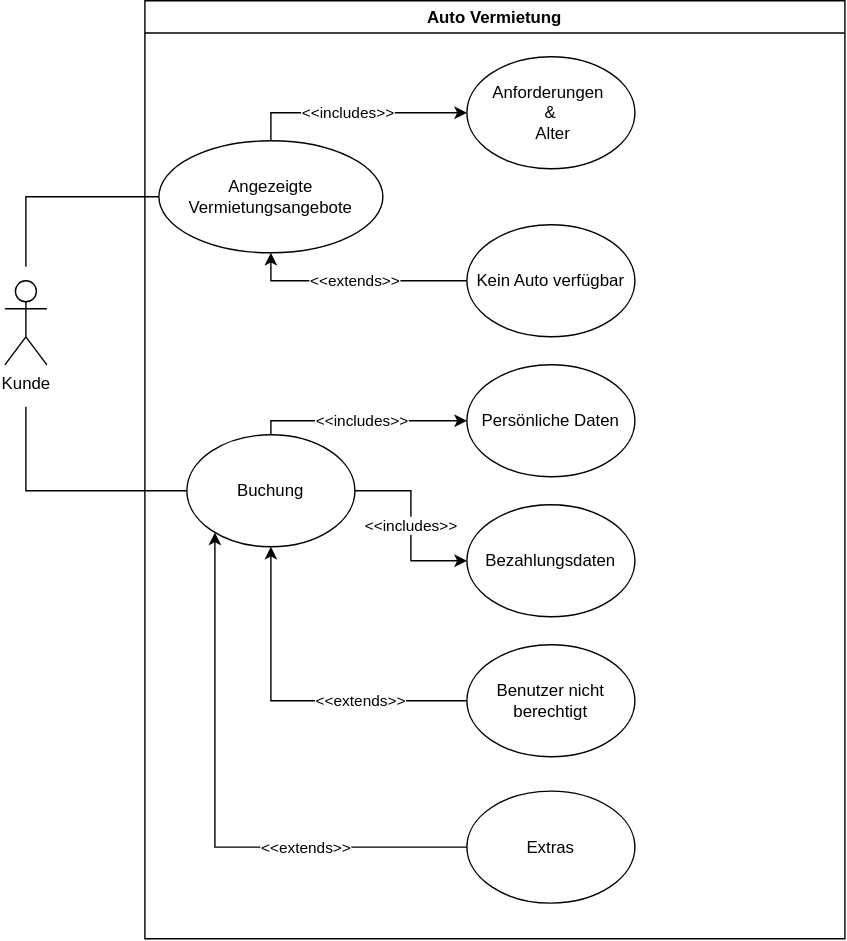
Before: sw-eng-01.drawio.svg, a diagram exported from draw.io (MassimiIiano/software-eng-projects-uni). Source tidied: cells renumbered, new cells last; positions are measured from the earlier drawing's top-left corner, leaving out a move shared by most shapes.
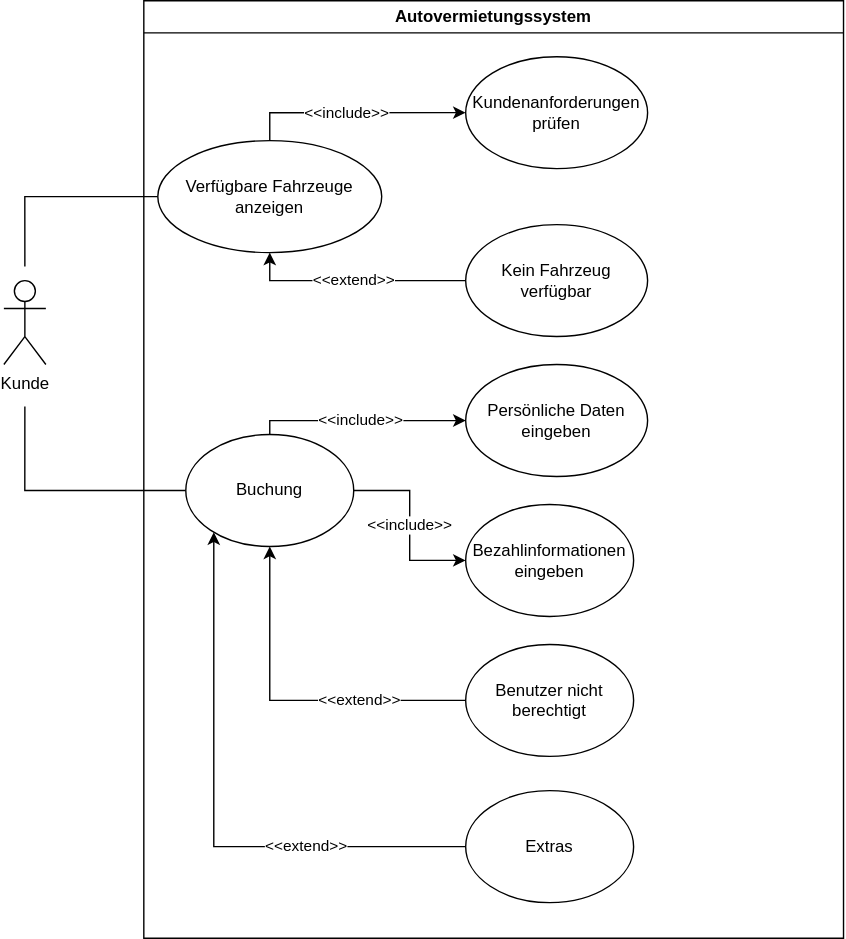
Above is the later version.

Commit message:
Checked Aufgabe 1

What changed in the source:
```diff
@@ -21,13 +21,13 @@
     <mxCell id="4" value="Kunde" style="shape=umlActor;verticalLabelPosition=bottom;verticalAlign=top;html=1;" parent="1" vertex="1">
       <mxGeometry y="200" width="30" height="60" as="geometry" />
     </mxCell>
-    <mxCell id="5" value="Auto Vermietung" style="swimlane;whiteSpace=wrap;html=1;" parent="1" vertex="1">
+    <mxCell id="5" value="Autovermietungssystem" style="swimlane;whiteSpace=wrap;html=1;" parent="1" vertex="1">
       <mxGeometry x="100" width="500" height="670" as="geometry" />
     </mxCell>
-    <mxCell id="6" value="Bezahlungsdaten" style="ellipse;whiteSpace=wrap;html=1;" parent="5" vertex="1">
+    <mxCell id="6" value="Bezahlinformationen eingeben" style="ellipse;whiteSpace=wrap;html=1;" parent="5" vertex="1">
       <mxGeometry x="230" y="360" width="120" height="80" as="geometry" />
     </mxCell>
-    <mxCell id="7" value="&amp;lt;&amp;lt;includes&amp;gt;&amp;gt;" style="edgeStyle=orthogonalEdgeStyle;rounded=0;orthogonalLoop=1;jettySize=auto;html=1;endArrow=classic;endFill=1;entryX=0;entryY=0.5;entryDx=0;entryDy=0;startArrow=none;startFill=0;" parent="5" edge="1">
+    <mxCell id="7" value="&amp;lt;&amp;lt;include&amp;gt;&amp;gt;" style="edgeStyle=orthogonalEdgeStyle;rounded=0;orthogonalLoop=1;jettySize=auto;html=1;endArrow=classic;endFill=1;entryX=0;entryY=0.5;entryDx=0;entryDy=0;startArrow=none;startFill=0;" parent="5" edge="1">
       <mxGeometry relative="1" as="geometry">
         <mxPoint x="90" y="110" as="sourcePoint" />
         <mxPoint x="230" y="80" as="targetPoint" />
@@ -36,27 +36,27 @@
         </Array>
       </mxGeometry>
     </mxCell>
-    <mxCell id="8" value="&lt;p&gt;&lt;span class=&quot;--l --r sentence_highlight&quot;&gt;&lt;span class=&quot;--l --r&quot;&gt;Angezeigte Vermietungsangebote&lt;/span&gt;&lt;span class=&quot;--l --r&quot;&gt;&lt;br&gt;&lt;/span&gt;&lt;/span&gt;&lt;/p&gt;" style="ellipse;whiteSpace=wrap;html=1;" parent="5" vertex="1">
+    <mxCell id="8" value="&lt;p&gt;&lt;span class=&quot;--l --r sentence_highlight&quot;&gt;&lt;span class=&quot;--l --r&quot;&gt;Verfügbare Fahrzeuge anzeigen&lt;/span&gt;&lt;span class=&quot;--l --r&quot;&gt;&lt;br&gt;&lt;/span&gt;&lt;/span&gt;&lt;/p&gt;" style="ellipse;whiteSpace=wrap;html=1;" parent="5" vertex="1">
       <mxGeometry x="10" y="100" width="160" height="80" as="geometry" />
     </mxCell>
-    <mxCell id="9" value="&amp;lt;&amp;lt;includes&amp;gt;&amp;gt;" style="edgeStyle=orthogonalEdgeStyle;rounded=0;jettySize=auto;html=1;endArrow=classic;endFill=1;startArrow=none;startFill=0;" parent="5" edge="1" source="13" target="6">
+    <mxCell id="9" value="&amp;lt;&amp;lt;include&amp;gt;&amp;gt;" style="edgeStyle=orthogonalEdgeStyle;rounded=0;jettySize=auto;html=1;endArrow=classic;endFill=1;startArrow=none;startFill=0;" parent="5" edge="1" source="13" target="6">
       <mxGeometry relative="1" as="geometry" />
     </mxCell>
-    <mxCell id="10" value="&amp;lt;&amp;lt;includes&amp;gt;&amp;gt;" style="edgeStyle=orthogonalEdgeStyle;rounded=0;jettySize=auto;html=1;endArrow=classic;endFill=1;startArrow=none;startFill=0;" parent="5" edge="1" source="13" target="14">
+    <mxCell id="10" value="&amp;lt;&amp;lt;include&amp;gt;&amp;gt;" style="edgeStyle=orthogonalEdgeStyle;rounded=0;jettySize=auto;html=1;endArrow=classic;endFill=1;startArrow=none;startFill=0;" parent="5" edge="1" source="13" target="14">
       <mxGeometry relative="1" as="geometry">
         <Array as="points">
           <mxPoint x="90" y="300" />
         </Array>
       </mxGeometry>
     </mxCell>
-    <mxCell id="11" value="&amp;lt;&amp;lt;extends&amp;gt;&amp;gt;" style="edgeStyle=orthogonalEdgeStyle;rounded=0;jettySize=auto;html=1;entryX=0;entryY=0.5;entryDx=0;entryDy=0;startArrow=classic;startFill=1;endArrow=none;endFill=0;" parent="5" edge="1" source="13" target="18">
+    <mxCell id="11" value="&amp;lt;&amp;lt;extend&amp;gt;&amp;gt;" style="edgeStyle=orthogonalEdgeStyle;rounded=0;jettySize=auto;html=1;entryX=0;entryY=0.5;entryDx=0;entryDy=0;startArrow=classic;startFill=1;endArrow=none;endFill=0;" parent="5" edge="1" source="13" target="18">
       <mxGeometry x="0.39" relative="1" as="geometry">
         <Array as="points">
           <mxPoint x="90" y="500" />
         </Array>
       </mxGeometry>
     </mxCell>
-    <mxCell id="12" value="&amp;lt;&amp;lt;extends&amp;gt;&amp;gt;" style="edgeStyle=orthogonalEdgeStyle;rounded=0;jettySize=auto;html=1;entryX=0;entryY=0.5;entryDx=0;entryDy=0;endArrow=none;endFill=0;startArrow=classic;startFill=1;" parent="5" edge="1" source="13" target="19">
+    <mxCell id="12" value="&amp;lt;&amp;lt;extend&amp;gt;&amp;gt;" style="edgeStyle=orthogonalEdgeStyle;rounded=0;jettySize=auto;html=1;entryX=0;entryY=0.5;entryDx=0;entryDy=0;endArrow=none;endFill=0;startArrow=classic;startFill=1;" parent="5" edge="1" source="13" target="19">
       <mxGeometry x="0.43" relative="1" as="geometry">
         <Array as="points">
           <mxPoint x="50" y="605" />
@@ -66,16 +66,16 @@
     <mxCell id="13" value="Buchung" style="ellipse;whiteSpace=wrap;html=1;" parent="5" vertex="1">
       <mxGeometry x="30" y="310" width="120" height="80" as="geometry" />
     </mxCell>
-    <mxCell id="14" value="&lt;div&gt;Persönliche Daten&lt;/div&gt;" style="ellipse;whiteSpace=wrap;html=1;" parent="5" vertex="1">
-      <mxGeometry x="230" y="260" width="120" height="80" as="geometry" />
+    <mxCell id="14" value="&lt;div&gt;Persönliche Daten eingeben&lt;/div&gt;" style="ellipse;whiteSpace=wrap;html=1;" parent="5" vertex="1">
+      <mxGeometry x="230" y="260" width="130" height="80" as="geometry" />
     </mxCell>
-    <mxCell id="15" value="&lt;div&gt;Anforderungen&amp;nbsp;&lt;/div&gt;&lt;div&gt;&amp;amp;&lt;/div&gt;&lt;div&gt;&amp;nbsp;Alter&lt;/div&gt;" style="ellipse;whiteSpace=wrap;html=1;" parent="5" vertex="1">
-      <mxGeometry x="230" y="40" width="120" height="80" as="geometry" />
+    <mxCell id="15" value="Kundenanforderungen prüfen" style="ellipse;whiteSpace=wrap;html=1;" parent="5" vertex="1">
+      <mxGeometry x="230" y="40" width="130" height="80" as="geometry" />
     </mxCell>
-    <mxCell id="16" value="Kein Auto verfügbar" style="ellipse;whiteSpace=wrap;html=1;" parent="5" vertex="1">
-      <mxGeometry x="230" y="160" width="120" height="80" as="geometry" />
+    <mxCell id="16" value="Kein Fahrzeug verfügbar" style="ellipse;whiteSpace=wrap;html=1;" parent="5" vertex="1">
+      <mxGeometry x="230" y="160" width="130" height="80" as="geometry" />
     </mxCell>
-    <mxCell id="17" value="&amp;lt;&amp;lt;extends&amp;gt;&amp;gt;" style="edgeStyle=orthogonalEdgeStyle;rounded=0;jettySize=auto;html=1;entryX=0;entryY=0.5;entryDx=0;entryDy=0;startArrow=classic;startFill=1;endArrow=none;endFill=0;" parent="5" edge="1" source="8" target="16">
+    <mxCell id="17" value="&amp;lt;&amp;lt;extend&amp;gt;&amp;gt;" style="edgeStyle=orthogonalEdgeStyle;rounded=0;jettySize=auto;html=1;entryX=0;entryY=0.5;entryDx=0;entryDy=0;startArrow=classic;startFill=1;endArrow=none;endFill=0;" parent="5" edge="1" source="8" target="16">
       <mxGeometry relative="1" as="geometry">
         <Array as="points">
           <mxPoint x="90" y="200" />
```
